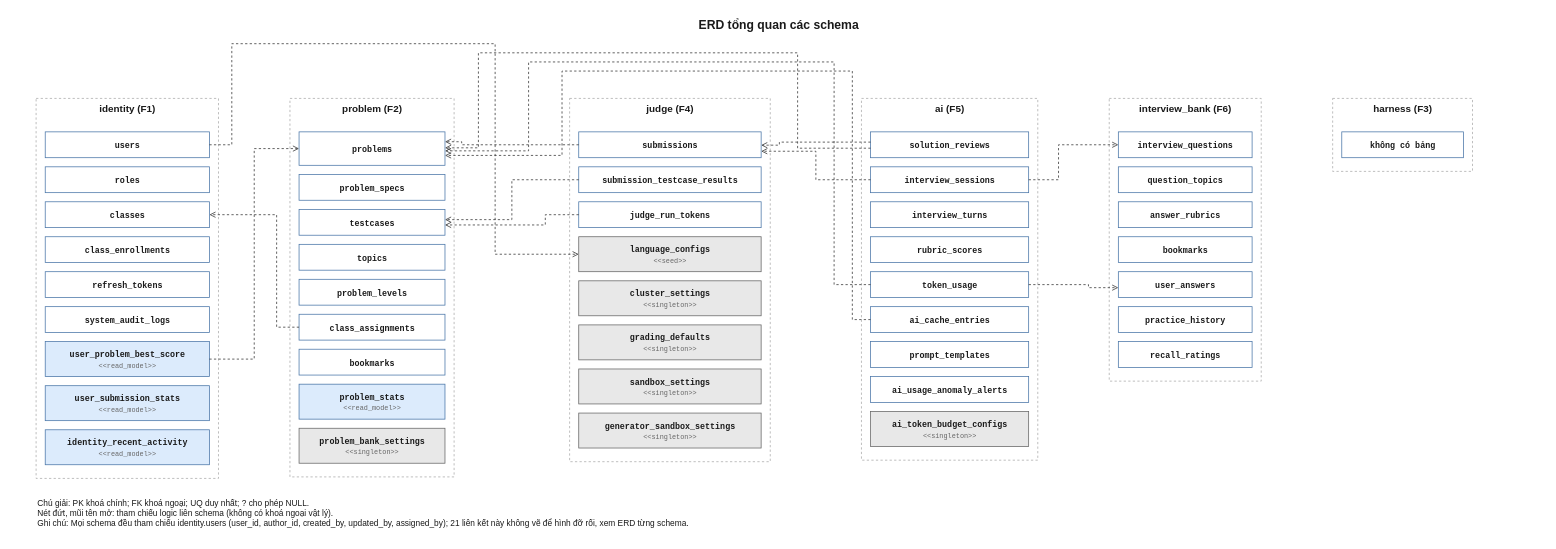
Earlier version of the draw.io diagram 08-diagram/erd/erd_tong_quan.drawio (daiphu1801/PRJ_ALGOPREP). Source tidied: cells renumbered, new cells numbered last; positions are measured from the earlier drawing's top-left corner, leaving out a move shared by most shapes. Both pictures are drawn from the tidied source at 76%, with x=0, y=0 at pixel (13, 13).
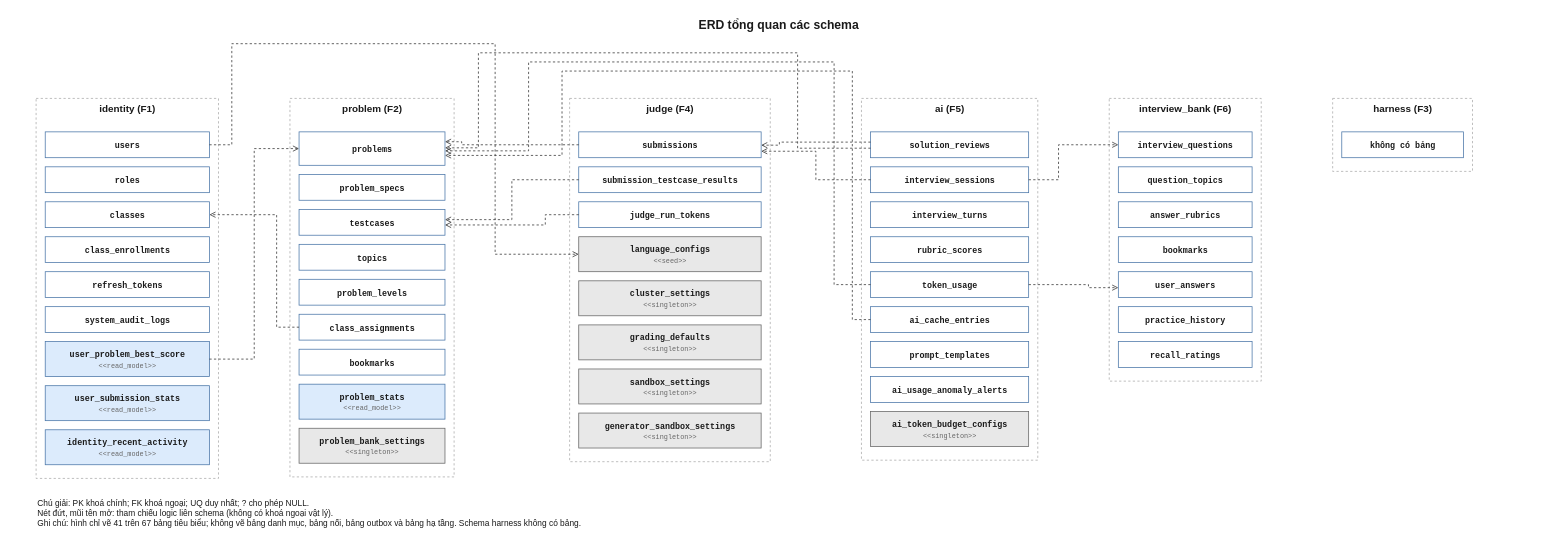
After the change.

Commit message (it also covers changes not shown here):
docs(diagram): update ERD overview and the identity and problem ERDs

Change to the diagram source:
```diff
@@
-    <mxCell id="65" value="Chú giải: PK khoá chính; FK khoá ngoại; UQ duy nhất; ? cho phép NULL.&lt;br&gt;Nét đứt, mũi tên mở: tham chiếu logic liên schema (không có khoá ngoại vật lý).&lt;br&gt;Ghi chú: Mọi schema đều tham chiếu identity.users (user_id, author_id, created_by, updated_by, assigned_by); 21 liên kết này không vẽ để hình đỡ rối, xem ERD từng schema." style="text;html=1;align=left;verticalAlign=top;fontSize=11;fontColor=#1A1A1A;" parent="1" vertex="1">
+    <mxCell id="65" value="Chú giải: PK khoá chính; FK khoá ngoại; UQ duy nhất; ? cho phép NULL.&lt;br&gt;Nét đứt, mũi tên mở: tham chiếu logic liên schema (không có khoá ngoại vật lý).&lt;br&gt;Ghi chú: hình chỉ vẽ 41 trên 67 bảng tiêu biểu; không vẽ bảng danh mục, bảng nối, bảng outbox và bảng hạ tầng. Schema harness không có bảng." style="text;html=1;align=left;verticalAlign=top;fontSize=11;fontColor=#1A1A1A;" parent="1" vertex="1">
       <mxGeometry x="30" y="632" width="1100" height="56" as="geometry" />
     </mxCell>
```
